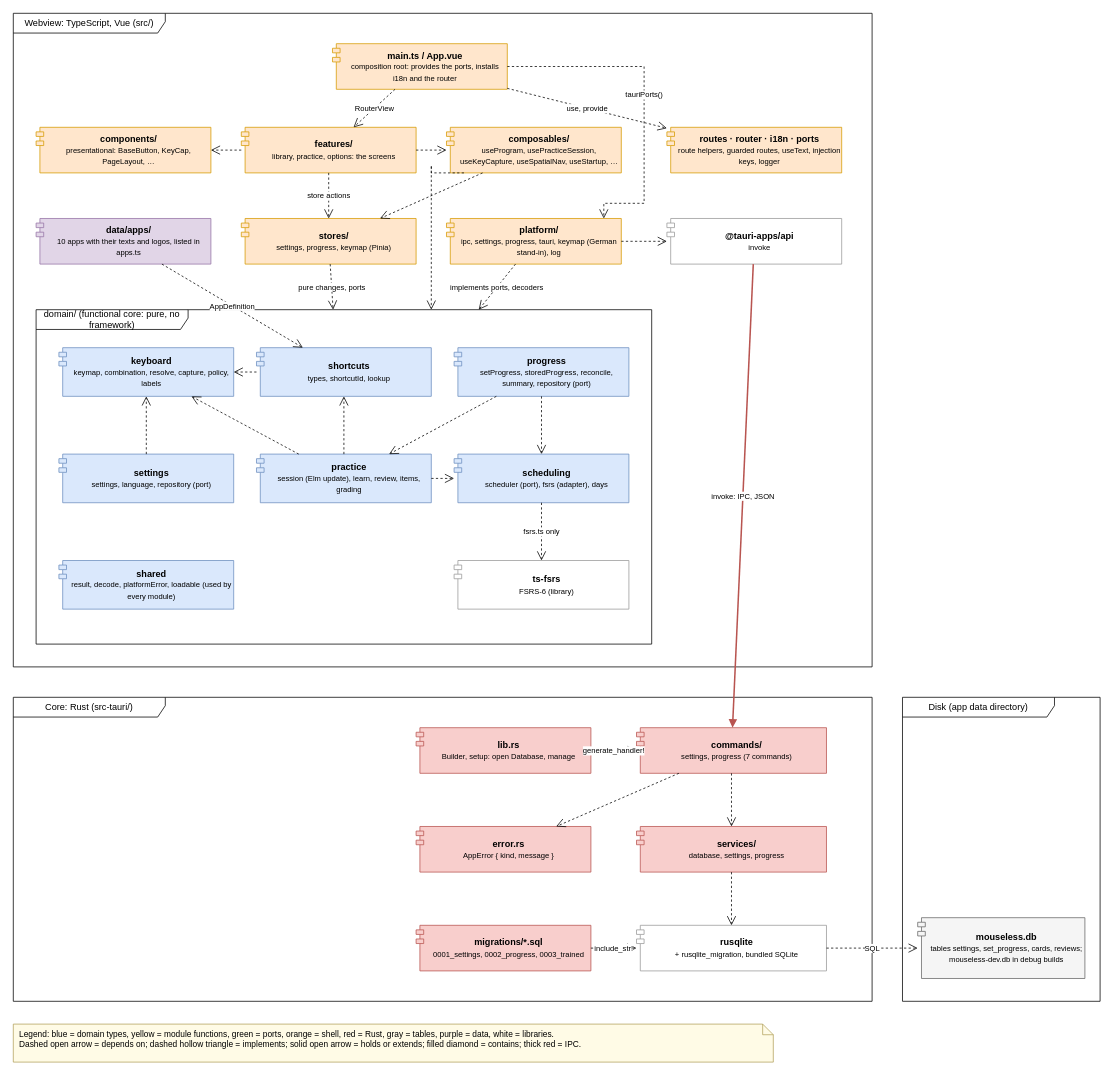
Before: page "Components" (1 of 11) of docs/uml.drawio in r0binius/mathe2-trainer, a draw.io diagram. Source tidied: cells renumbered, new cells numbered last; positions are measured from the earlier drawing's top-left corner, leaving out a move shared by most shapes. Both pictures are drawn from the tidied source at 76%, with x=0, y=0 at pixel (13, 13).
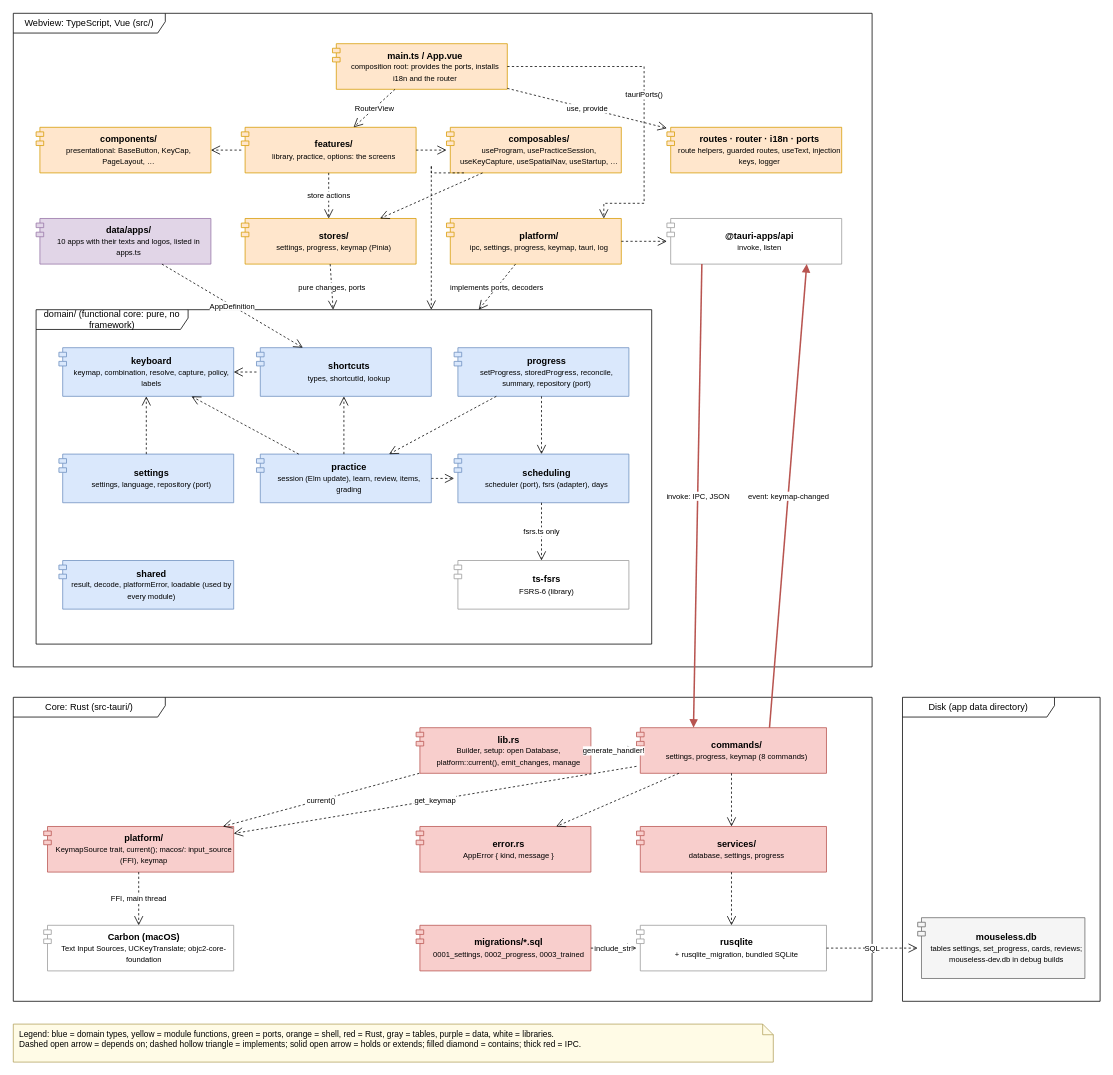
The same diagram, later.

Commit message (it also covers changes not shown here):
docs(uml): the native keymap, its port and the layout switch

The change refers to these unchanged cells:
```xml
<mxCell id="2" value="Webview: TypeScript, Vue (src/)" style="shape=umlFrame;whiteSpace=wrap;html=1;width=200;height=26;fillColor=none;" parent="1" vertex="1">
  <mxGeometry width="1130" height="860" as="geometry" />
</mxCell>
<mxCell id="3" value="Core: Rust (src-tauri/)" style="shape=umlFrame;whiteSpace=wrap;html=1;width=200;height=26;fillColor=none;" parent="1" vertex="1">
  <mxGeometry y="900" width="1130" height="400" as="geometry" />
</mxCell>
```

Diff of the diagram source:
```diff
@@
-    <mxCell id="8" value="&lt;b&gt;platform/&lt;/b&gt;&lt;br&gt;&lt;font style=&quot;font-size:10px&quot;&gt;ipc, settings, progress, tauri, keymap (German stand-in), log&lt;/font&gt;" style="rounded=0;whiteSpace=wrap;html=1;fillColor=#ffe6cc;strokeColor=#d79b00;shape=module;jettyWidth=10;jettyHeight=6;align=center;spacingLeft=14;" parent="2" vertex="1">
+    <mxCell id="8" value="&lt;b&gt;platform/&lt;/b&gt;&lt;br&gt;&lt;font style=&quot;font-size:10px&quot;&gt;ipc, settings, progress, keymap, tauri, log&lt;/font&gt;" style="rounded=0;whiteSpace=wrap;html=1;fillColor=#ffe6cc;strokeColor=#d79b00;shape=module;jettyWidth=10;jettyHeight=6;align=center;spacingLeft=14;" parent="2" vertex="1">
       <mxGeometry x="570" y="270" width="230" height="60" as="geometry" />
     </mxCell>
-    <mxCell id="9" value="&lt;b&gt;@tauri-apps/api&lt;/b&gt;&lt;br&gt;&lt;font style=&quot;font-size:10px&quot;&gt;invoke&lt;/font&gt;" style="rounded=0;whiteSpace=wrap;html=1;fillColor=#ffffff;strokeColor=#999999;shape=module;jettyWidth=10;jettyHeight=6;align=center;spacingLeft=14;" parent="2" vertex="1">
+    <mxCell id="9" value="&lt;b&gt;@tauri-apps/api&lt;/b&gt;&lt;br&gt;&lt;font style=&quot;font-size:10px&quot;&gt;invoke, listen&lt;/font&gt;" style="rounded=0;whiteSpace=wrap;html=1;fillColor=#ffffff;strokeColor=#999999;shape=module;jettyWidth=10;jettyHeight=6;align=center;spacingLeft=14;" parent="2" vertex="1">
       <mxGeometry x="860" y="270" width="230" height="60" as="geometry" />
     </mxCell>
@@
-    <mxCell id="19" value="&lt;b&gt;commands/&lt;/b&gt;&lt;br&gt;&lt;font style=&quot;font-size:10px&quot;&gt;settings, progress (7 commands)&lt;/font&gt;" style="rounded=0;whiteSpace=wrap;html=1;fillColor=#f8cecc;strokeColor=#b85450;shape=module;jettyWidth=10;jettyHeight=6;align=center;spacingLeft=14;" parent="3" vertex="1">
+    <mxCell id="19" value="&lt;b&gt;commands/&lt;/b&gt;&lt;br&gt;&lt;font style=&quot;font-size:10px&quot;&gt;settings, progress, keymap (8 commands)&lt;/font&gt;" style="rounded=0;whiteSpace=wrap;html=1;fillColor=#f8cecc;strokeColor=#b85450;shape=module;jettyWidth=10;jettyHeight=6;align=center;spacingLeft=14;" parent="3" vertex="1">
       <mxGeometry x="820" y="40" width="250" height="60" as="geometry" />
     </mxCell>
-    <mxCell id="20" value="&lt;b&gt;lib.rs&lt;/b&gt;&lt;br&gt;&lt;font style=&quot;font-size:10px&quot;&gt;Builder, setup: open Database, manage&lt;/font&gt;" style="rounded=0;whiteSpace=wrap;html=1;fillColor=#f8cecc;strokeColor=#b85450;shape=module;jettyWidth=10;jettyHeight=6;align=center;spacingLeft=14;" parent="3" vertex="1">
+    <mxCell id="20" value="&lt;b&gt;lib.rs&lt;/b&gt;&lt;br&gt;&lt;font style=&quot;font-size:10px&quot;&gt;Builder, setup: open Database, platform::current(), emit_changes, manage&lt;/font&gt;" style="rounded=0;whiteSpace=wrap;html=1;fillColor=#f8cecc;strokeColor=#b85450;shape=module;jettyWidth=10;jettyHeight=6;align=center;spacingLeft=14;" parent="3" vertex="1">
       <mxGeometry x="530" y="40" width="230" height="60" as="geometry" />
     </mxCell>
@@
-    <mxCell id="30" value="invoke: IPC, JSON" style="html=1;fontSize=10;labelBackgroundColor=#ffffff;endArrow=block;endFill=1;strokeWidth=2;strokeColor=#b85450;" parent="1" edge="1" source="9" target="19">
+    <mxCell id="30" value="invoke: IPC, JSON" style="html=1;fontSize=10;labelBackgroundColor=#ffffff;endArrow=block;endFill=1;strokeWidth=2;strokeColor=#b85450;exitX=0.2;exitY=1;entryX=0.3;entryY=0;" parent="1" edge="1" source="9" target="19">
       <mxGeometry relative="1" as="geometry" />
     </mxCell>
@@
+    <mxCell id="58" value="&lt;b&gt;platform/&lt;/b&gt;&lt;br&gt;&lt;font style=&quot;font-size:10px&quot;&gt;KeymapSource trait, current(); macos/: input_source (FFI), keymap&lt;/font&gt;" style="rounded=0;whiteSpace=wrap;html=1;fillColor=#f8cecc;strokeColor=#b85450;shape=module;jettyWidth=10;jettyHeight=6;align=center;spacingLeft=14;" parent="3" vertex="1">
+      <mxGeometry x="40" y="170" width="250" height="60" as="geometry" />
+    </mxCell>
+    <mxCell id="59" value="&lt;b&gt;Carbon (macOS)&lt;/b&gt;&lt;br&gt;&lt;font style=&quot;font-size:10px&quot;&gt;Text Input Sources, UCKeyTranslate; objc2-core-foundation&lt;/font&gt;" style="rounded=0;whiteSpace=wrap;html=1;fillColor=#ffffff;strokeColor=#999999;shape=module;jettyWidth=10;jettyHeight=6;align=center;spacingLeft=14;" parent="3" vertex="1">
+      <mxGeometry x="40" y="300" width="250" height="60" as="geometry" />
+    </mxCell>
+    <mxCell id="60" value="current()" style="html=1;fontSize=10;labelBackgroundColor=#ffffff;endArrow=open;endSize=10;dashed=1;" parent="1" edge="1" source="20" target="58">
+      <mxGeometry relative="1" as="geometry" />
+    </mxCell>
+    <mxCell id="61" value="get_keymap" style="html=1;fontSize=10;labelBackgroundColor=#ffffff;endArrow=open;endSize=10;dashed=1;" parent="1" edge="1" source="19" target="58">
+      <mxGeometry relative="1" as="geometry" />
+    </mxCell>
+    <mxCell id="62" value="FFI, main thread" style="html=1;fontSize=10;labelBackgroundColor=#ffffff;endArrow=open;endSize=10;dashed=1;" parent="1" edge="1" source="58" target="59">
+      <mxGeometry relative="1" as="geometry" />
+    </mxCell>
+    <mxCell id="63" value="event: keymap-changed" style="html=1;fontSize=10;labelBackgroundColor=#ffffff;endArrow=block;endFill=1;strokeWidth=2;strokeColor=#b85450;exitX=0.7;exitY=0;entryX=0.8;entryY=1;" parent="1" edge="1" source="19" target="9">
+      <mxGeometry relative="1" as="geometry" />
+    </mxCell>
```
